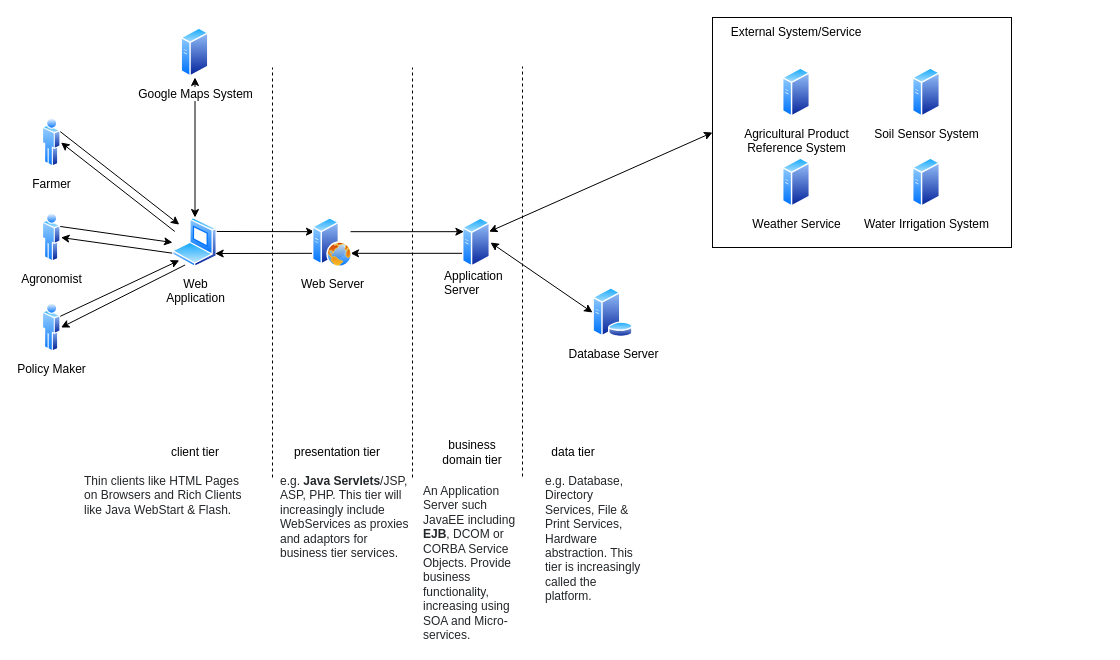
Above: page "4-tier with details" (2 of 3) of DD/diagrams/architecture.drawio in ictar/DREAM-SE2-Project-2022 (draw.io), before the change. Source tidied: cells renumbered, new cells numbered last; positions are measured from the earlier drawing's top-left corner, leaving out a move shared by most shapes. Both pictures are drawn from the tidied source at 100%, with x=0, y=0 at pixel (42, 17).
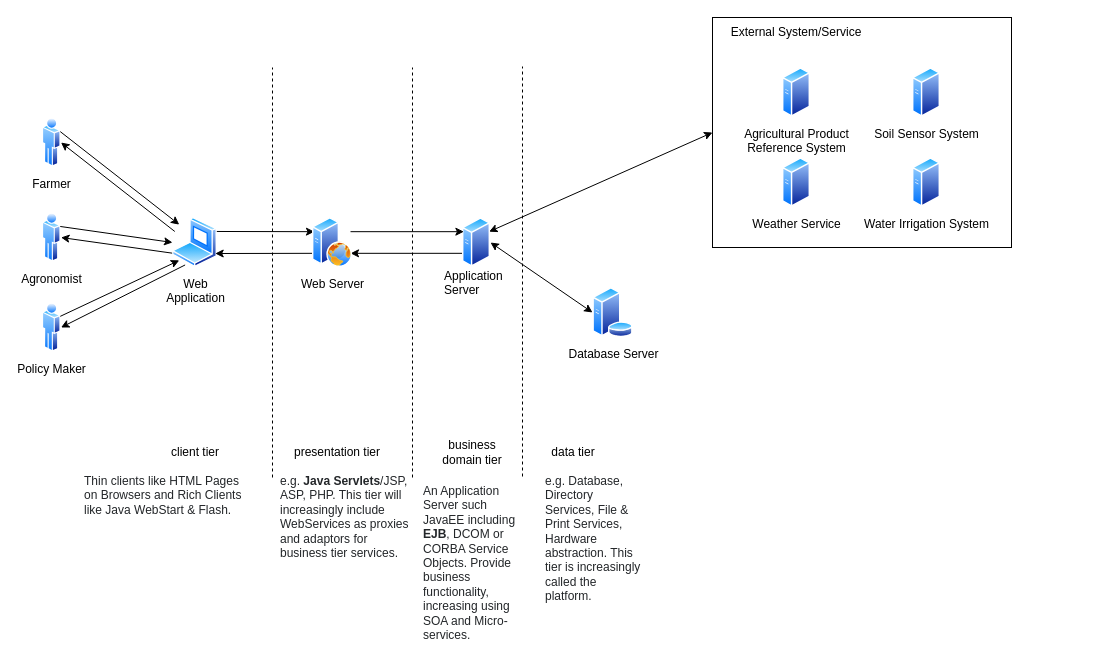
The same diagram, later.

Unchanged cells that the change refers to:
```xml
<mxCell id="7" value="Web&lt;br&gt;Application" style="perimeter=ellipsePerimeter;html=1;align=center;shadow=0;dashed=0;spacingTop=3;image;image=img/lib/active_directory/laptop_client.svg;" parent="1" vertex="1">
  <mxGeometry x="130" y="200" width="45" height="50" as="geometry" />
</mxCell>
```

Diff of the diagram source:
```diff
@@
-    <mxCell id="6" style="edgeStyle=none;rounded=0;jettySize=auto;html=1;exitX=0.5;exitY=0;exitDx=0;exitDy=0;fontSize=12;startArrow=classic;startFill=1;endArrow=classic;endFill=1;" parent="1" edge="1" source="7" target="41">
-      <mxGeometry relative="1" as="geometry" />
-    </mxCell>
@@
-    <mxCell id="41" value="Google Maps System" style="perimeter=ellipsePerimeter;html=1;align=center;shadow=0;dashed=0;spacingTop=3;image;image=img/lib/active_directory/generic_server.svg;" parent="1" vertex="1">
-      <mxGeometry x="138.5" y="10" width="28" height="50" as="geometry" />
-    </mxCell>
```
